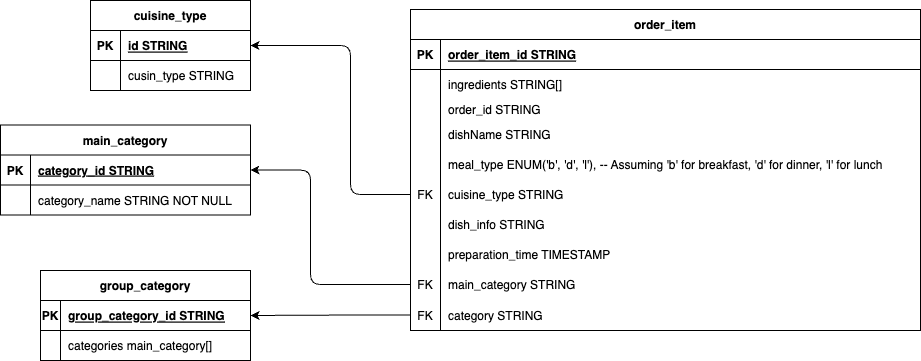
This is slides/img/meals.png from Guy--L/scale-meals, a draw.io export, as it was before one commit. Source tidied: cells renumbered, new cells last; positions are measured from the earlier drawing's top-left corner, leaving out a move shared by most shapes.
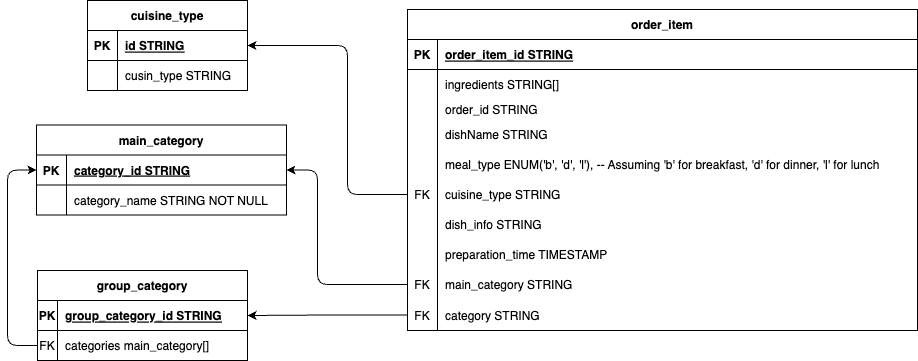
The same diagram one commit later.

Change to the diagram source:
```diff
@@ -3,7 +3,7 @@
     <mxCell id="0" />
     <mxCell id="1" parent="0" />
     <mxCell id="2" value="main_category" style="shape=table;startSize=30;rowLines=0;fontStyle=1;align=center;" parent="1" vertex="1">
-      <mxGeometry y="124.5" width="250" height="90" as="geometry" />
+      <mxGeometry x="39" y="124.5" width="250" height="90" as="geometry" />
     </mxCell>
     <mxCell id="3" style="shape=tableRow;horizontal=0;startSize=0;swimlaneHead=0;swimlaneBody=0;fillColor=none;points=[[0,0.5],[1,0.5]];portConstraint=eastwest;top=0;left=0;right=0;bottom=1;" parent="2" vertex="1">
       <mxGeometry y="30" width="250" height="30" as="geometry" />
@@ -38,7 +38,7 @@
     <mxCell id="13" style="shape=tableRow;horizontal=0;startSize=0;swimlaneHead=0;swimlaneBody=0;fillColor=none;points=[[0,0.5],[1,0.5]];portConstraint=eastwest;top=0;left=0;right=0;bottom=0;" parent="9" vertex="1">
       <mxGeometry y="60" width="210" height="30" as="geometry" />
     </mxCell>
-    <mxCell id="14" style="shape=partialRectangle;overflow=hidden;fillColor=none;top=0;left=0;bottom=0;right=0;" parent="13" vertex="1">
+    <mxCell id="14" value="FK" style="shape=partialRectangle;overflow=hidden;fillColor=none;top=0;left=0;bottom=0;right=0;" parent="13" vertex="1">
       <mxGeometry width="20" height="30" as="geometry" />
     </mxCell>
     <mxCell id="15" value="categories main_category[]" style="shape=partialRectangle;overflow=hidden;fillColor=none;align=left;top=0;left=0;bottom=0;right=0;spacingLeft=6;" parent="13" vertex="1">
@@ -169,13 +169,21 @@
     <mxCell id="55" style="edgeStyle=orthogonalEdgeStyle;html=1;exitX=0;exitY=0.5;exitDx=0;exitDy=0;entryX=1;entryY=0.5;entryDx=0;entryDy=0;" parent="1" edge="1" source="48" target="3">
       <mxGeometry relative="1" as="geometry">
         <Array as="points">
-          <mxPoint x="310" y="284" />
-          <mxPoint x="310" y="170" />
+          <mxPoint x="320" y="284" />
+          <mxPoint x="320" y="170" />
         </Array>
       </mxGeometry>
     </mxCell>
     <mxCell id="56" style="edgeStyle=orthogonalEdgeStyle;html=1;exitX=0;exitY=0.5;exitDx=0;exitDy=0;entryX=1;entryY=0.5;entryDx=0;entryDy=0;" parent="1" edge="1" source="51" target="10">
       <mxGeometry relative="1" as="geometry" />
     </mxCell>
+    <mxCell id="57" style="edgeStyle=orthogonalEdgeStyle;html=1;exitX=0;exitY=0.5;exitDx=0;exitDy=0;entryX=0;entryY=0.5;entryDx=0;entryDy=0;" parent="1" edge="1" source="13" target="3">
+      <mxGeometry relative="1" as="geometry">
+        <Array as="points">
+          <mxPoint x="10" y="345" />
+          <mxPoint x="10" y="170" />
+        </Array>
+      </mxGeometry>
+    </mxCell>
   </root>
 </mxGraphModel>
```
